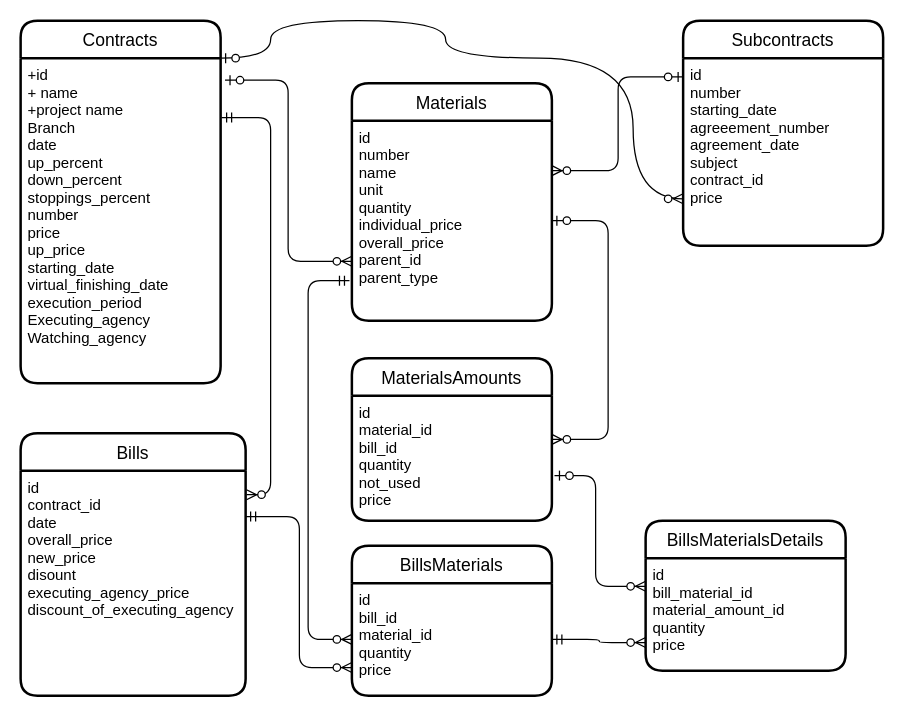
This is ERD.drawio from ZaydSK/contracts, a draw.io file, before an edit. Source tidied: cells renumbered, new cells numbered last; positions are measured from the earlier drawing's top-left corner, leaving out a move shared by most shapes. Both pictures are drawn from the tidied source at 125%, with x=0, y=0 at pixel (20, 20).
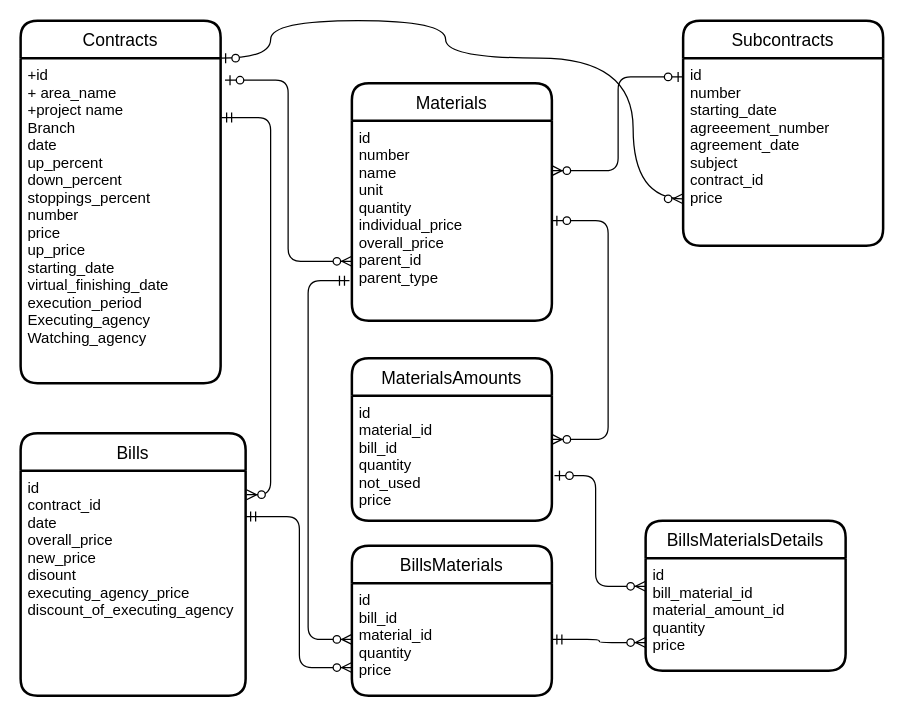
Above is the later version.

Unchanged cells that the change refers to:
```xml
<mxCell id="2" value="Contracts" style="swimlane;horizontal=1;startSize=30;rounded=1;fontSize=14;fontStyle=0;strokeWidth=2;shadow=0;dashed=0;align=center;" parent="1" vertex="1">
  <mxGeometry width="160" height="290" as="geometry" />
</mxCell>
```

What changed in the source:
```diff
@@
-    <mxCell id="3" value="+id&#10;+ name &#10;+project name&#10;Branch&#10;date&#10;up_percent&#10;down_percent&#10;stoppings_percent&#10;number&#10;price&#10;up_price&#10;starting_date&#10;virtual_finishing_date&#10;execution_period&#10;Executing_agency&#10;Watching_agency" style="align=left;strokeColor=none;fillColor=none;spacingLeft=4;fontSize=12;verticalAlign=top;" parent="2" vertex="1">
+    <mxCell id="3" value="+id&#10;+ area_name &#10;+project name&#10;Branch&#10;date&#10;up_percent&#10;down_percent&#10;stoppings_percent&#10;number&#10;price&#10;up_price&#10;starting_date&#10;virtual_finishing_date&#10;execution_period&#10;Executing_agency&#10;Watching_agency" style="align=left;strokeColor=none;fillColor=none;spacingLeft=4;fontSize=12;verticalAlign=top;" parent="2" vertex="1">
       <mxGeometry y="30" width="160" height="260" as="geometry" />
     </mxCell>
```
